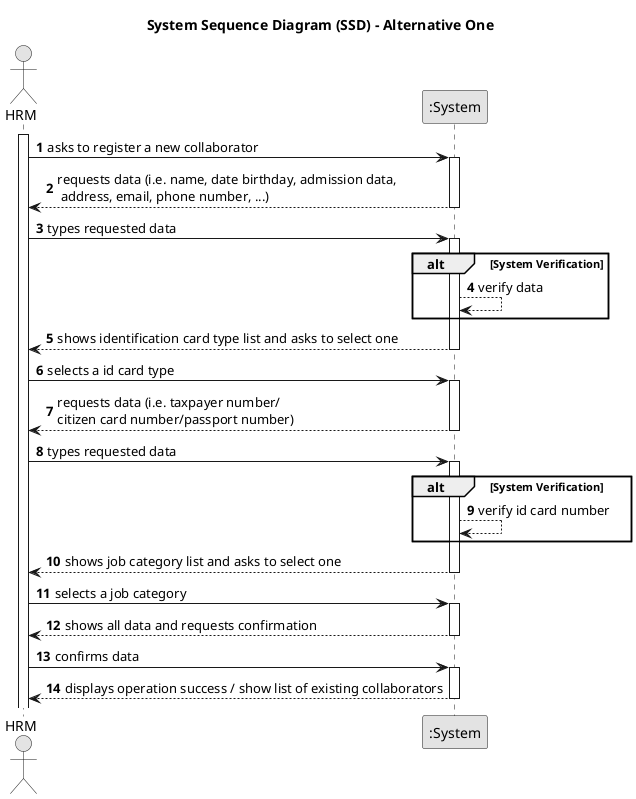
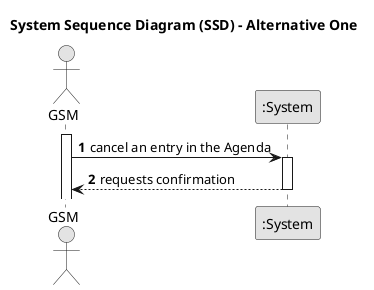
@startuml
skinparam monochrome true
skinparam packageStyle rectangle
skinparam shadowing false

title System Sequence Diagram (SSD) - Alternative One

autonumber

- actor "HRM" as Manager
+ actor "GSM" as Manager
participant ":System" as System

activate Manager

-     Manager -> System : asks to register a new collaborator
+     Manager -> System : cancel an entry in the Agenda
    activate System

-         System --> Manager : requests data (i.e. name, date birthday, admission data,\n address, email, phone number, ...)
+         System --> Manager : requests confirmation
    deactivate System

-    Manager  -> System : types requested data
-     activate System

-     alt System Verification
-     System --> System  : verify data
-     end
- 
-     System --> Manager  : shows identification card type list and asks to select one
-         deactivate System
- 
-         Manager  -> System : selects a id card type
-         activate System
- 
-      System --> Manager : requests data (i.e. taxpayer number/\ncitizen card number/passport number)
-         deactivate System
- 
-        Manager  -> System : types requested data
-         activate System
- 
-          alt System Verification
-             System --> System  : verify id card number
-             end
- 
-         System --> Manager  : shows job category list and asks to select one
-     deactivate System
- 
-     Manager  -> System : selects a job category
-     activate System
- 
-         System --> Manager  : shows all data and requests confirmation
-     deactivate System
- 
-     Manager  -> System : confirms data
-     activate System
- 
-         System --> Manager : displays operation success / show list of existing collaborators
-     deactivate System

@enduml